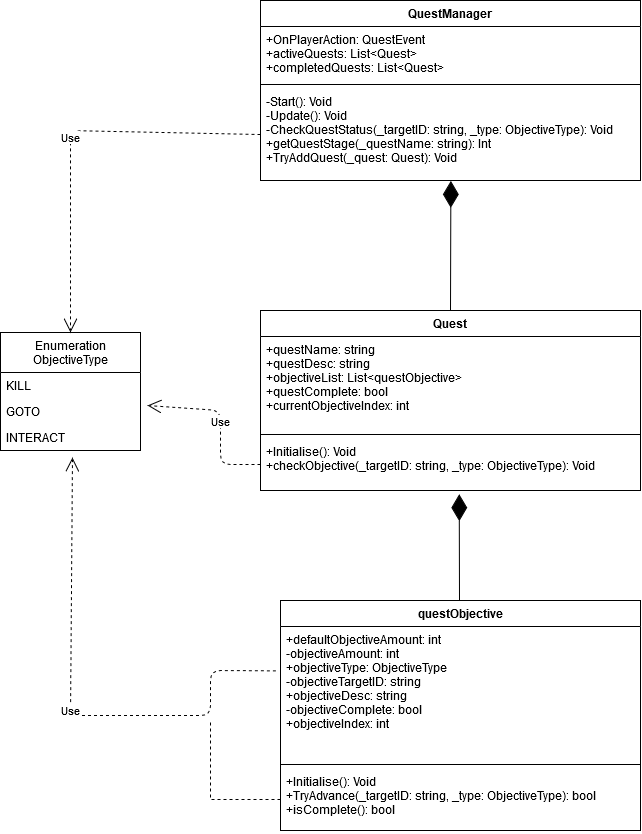
Before: UML_Shards_of_redemption.png, a diagram exported from draw.io (Nerys-Thamm/MDS-work). Source tidied: cells renumbered, new cells last; positions are measured from the earlier drawing's top-left corner, leaving out a move shared by most shapes.
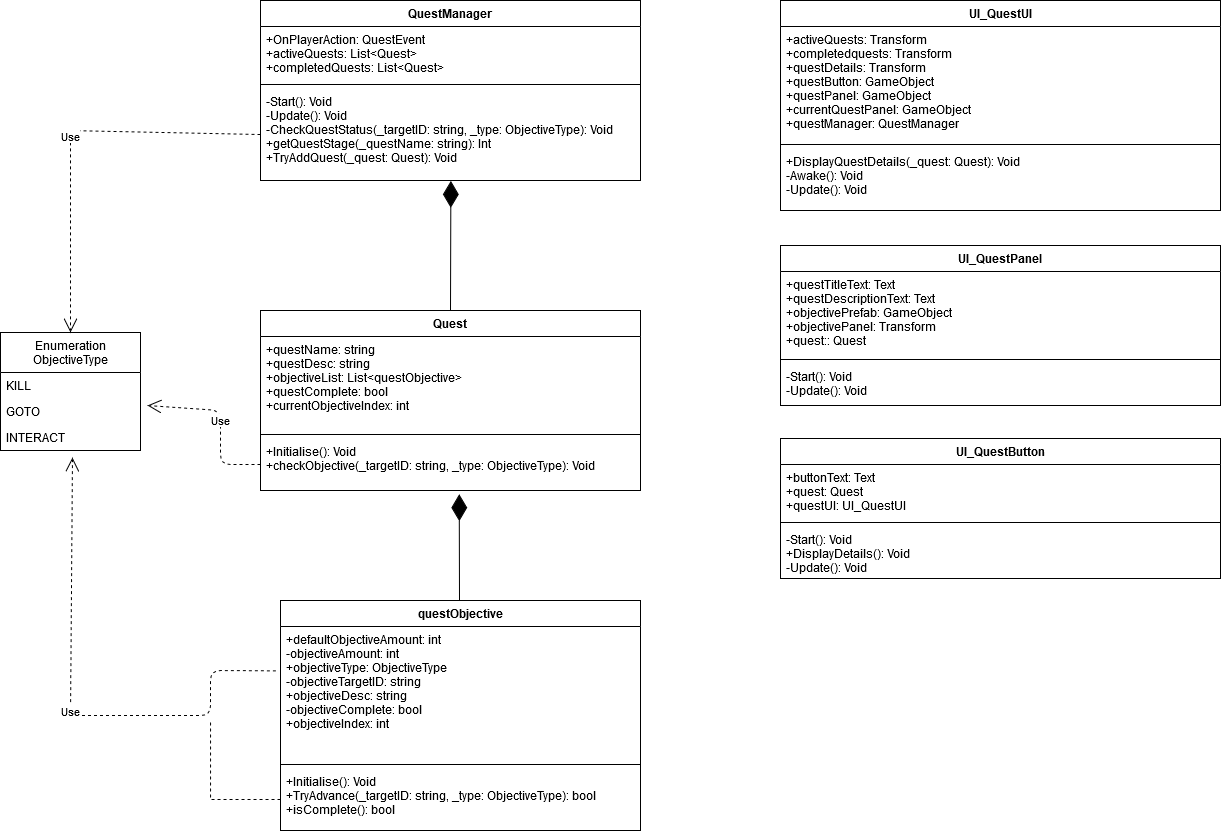
The same diagram one commit later.

Diff of the diagram source:
```diff
@@ -88,5 +88,41 @@
         <mxPoint x="210" y="720" as="targetPoint" />
       </mxGeometry>
     </mxCell>
+    <mxCell id="24" value="UI_QuestUI" style="swimlane;fontStyle=1;align=center;verticalAlign=top;horizontal=1;startSize=26;fillColor=none;html=0;" parent="1" vertex="1">
+      <mxGeometry x="780" width="440" height="210" as="geometry" />
+    </mxCell>
+    <mxCell id="25" value="+activeQuests: Transform&#10;+completedquests: Transform&#10;+questDetails: Transform&#10;+questButton: GameObject&#10;+questPanel: GameObject&#10;+currentQuestPanel: GameObject&#10;+questManager: QuestManager&#10;" style="text;strokeColor=none;fillColor=none;align=left;verticalAlign=top;spacingLeft=4;spacingRight=4;overflow=hidden;" parent="24" vertex="1">
+      <mxGeometry y="26" width="440" height="114" as="geometry" />
+    </mxCell>
+    <mxCell id="26" style="line;strokeWidth=1;fillColor=none;align=left;verticalAlign=middle;spacingTop=-1;spacingLeft=3;spacingRight=3;labelPosition=right;" parent="24" vertex="1">
+      <mxGeometry y="140" width="440" height="8" as="geometry" />
+    </mxCell>
+    <mxCell id="27" value="+DisplayQuestDetails(_quest: Quest): Void&#10;-Awake(): Void&#10;-Update(): Void&#10;&#10;" style="text;strokeColor=none;fillColor=none;align=left;verticalAlign=top;spacingLeft=4;spacingRight=4;overflow=hidden;" parent="24" vertex="1">
+      <mxGeometry y="148" width="440" height="62" as="geometry" />
+    </mxCell>
+    <mxCell id="28" value="UI_QuestPanel" style="swimlane;fontStyle=1;align=center;verticalAlign=top;horizontal=1;startSize=26;fillColor=none;html=0;" parent="1" vertex="1">
+      <mxGeometry x="780" y="245" width="440" height="160" as="geometry" />
+    </mxCell>
+    <mxCell id="29" value="+questTitleText: Text&#10;+questDescriptionText: Text&#10;+objectivePrefab: GameObject&#10;+objectivePanel: Transform&#10;+quest:: Quest&#10;" style="text;strokeColor=none;fillColor=none;align=left;verticalAlign=top;spacingLeft=4;spacingRight=4;overflow=hidden;" parent="28" vertex="1">
+      <mxGeometry y="26" width="440" height="84" as="geometry" />
+    </mxCell>
+    <mxCell id="30" style="line;strokeWidth=1;fillColor=none;align=left;verticalAlign=middle;spacingTop=-1;spacingLeft=3;spacingRight=3;labelPosition=right;" parent="28" vertex="1">
+      <mxGeometry y="110" width="440" height="8" as="geometry" />
+    </mxCell>
+    <mxCell id="31" value="-Start(): Void&#10;-Update(): Void&#10;" style="text;strokeColor=none;fillColor=none;align=left;verticalAlign=top;spacingLeft=4;spacingRight=4;overflow=hidden;" parent="28" vertex="1">
+      <mxGeometry y="118" width="440" height="42" as="geometry" />
+    </mxCell>
+    <mxCell id="32" value="UI_QuestButton" style="swimlane;fontStyle=1;align=center;verticalAlign=top;horizontal=1;startSize=26;fillColor=none;html=0;" parent="1" vertex="1">
+      <mxGeometry x="780" y="438" width="440" height="140" as="geometry" />
+    </mxCell>
+    <mxCell id="33" value="+buttonText: Text&#10;+quest: Quest&#10;+questUI: UI_QuestUI&#10;" style="text;strokeColor=none;fillColor=none;align=left;verticalAlign=top;spacingLeft=4;spacingRight=4;overflow=hidden;" parent="32" vertex="1">
+      <mxGeometry y="26" width="440" height="54" as="geometry" />
+    </mxCell>
+    <mxCell id="34" style="line;strokeWidth=1;fillColor=none;align=left;verticalAlign=middle;spacingTop=-1;spacingLeft=3;spacingRight=3;labelPosition=right;" parent="32" vertex="1">
+      <mxGeometry y="80" width="440" height="8" as="geometry" />
+    </mxCell>
+    <mxCell id="35" value="-Start(): Void&#10;+DisplayDetails(): Void&#10;-Update(): Void&#10;" style="text;strokeColor=none;fillColor=none;align=left;verticalAlign=top;spacingLeft=4;spacingRight=4;overflow=hidden;" parent="32" vertex="1">
+      <mxGeometry y="88" width="440" height="52" as="geometry" />
+    </mxCell>
   </root>
 </mxGraphModel>
```
